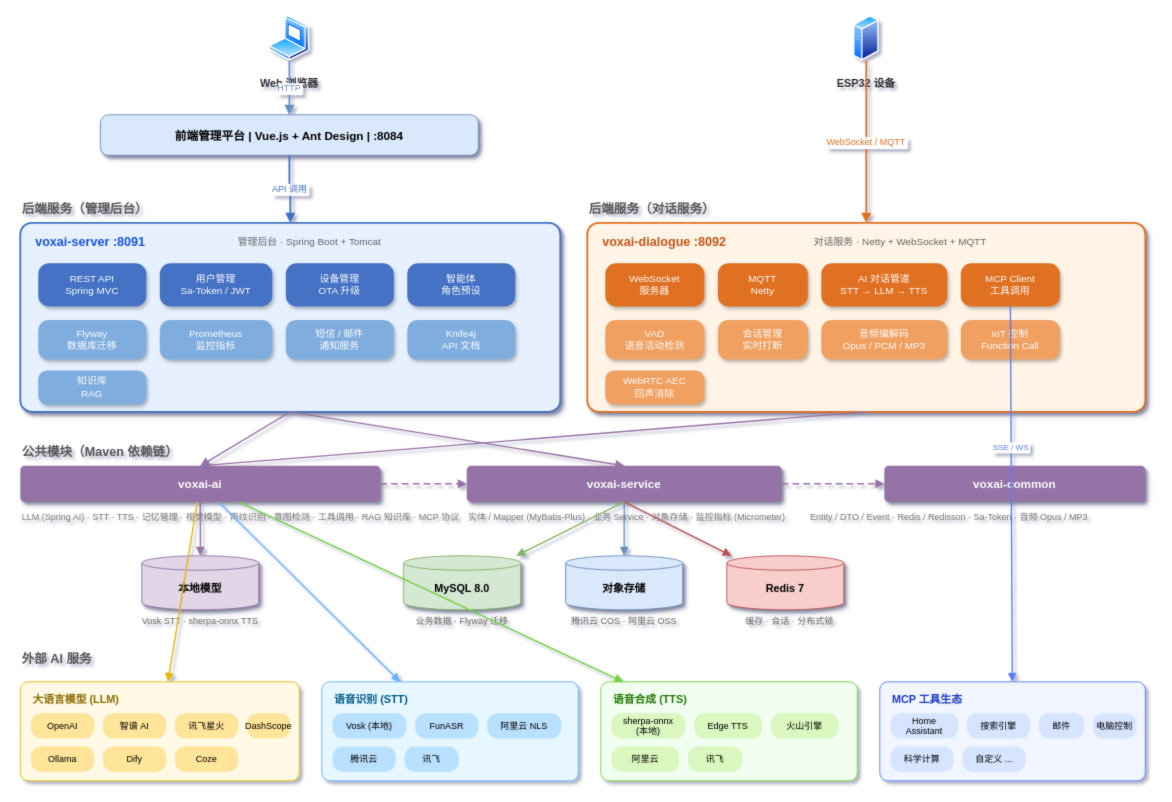
The draw.io diagram docs/architecture.drawio in suibianqige/voxai-node-esp32-server, before the edit. Source tidied: cells renumbered, new cells numbered last; positions are measured from the earlier drawing's top-left corner, leaving out a move shared by most shapes. Both pictures are drawn from the tidied source at 90%, with x=0, y=0 at pixel (20, 15).
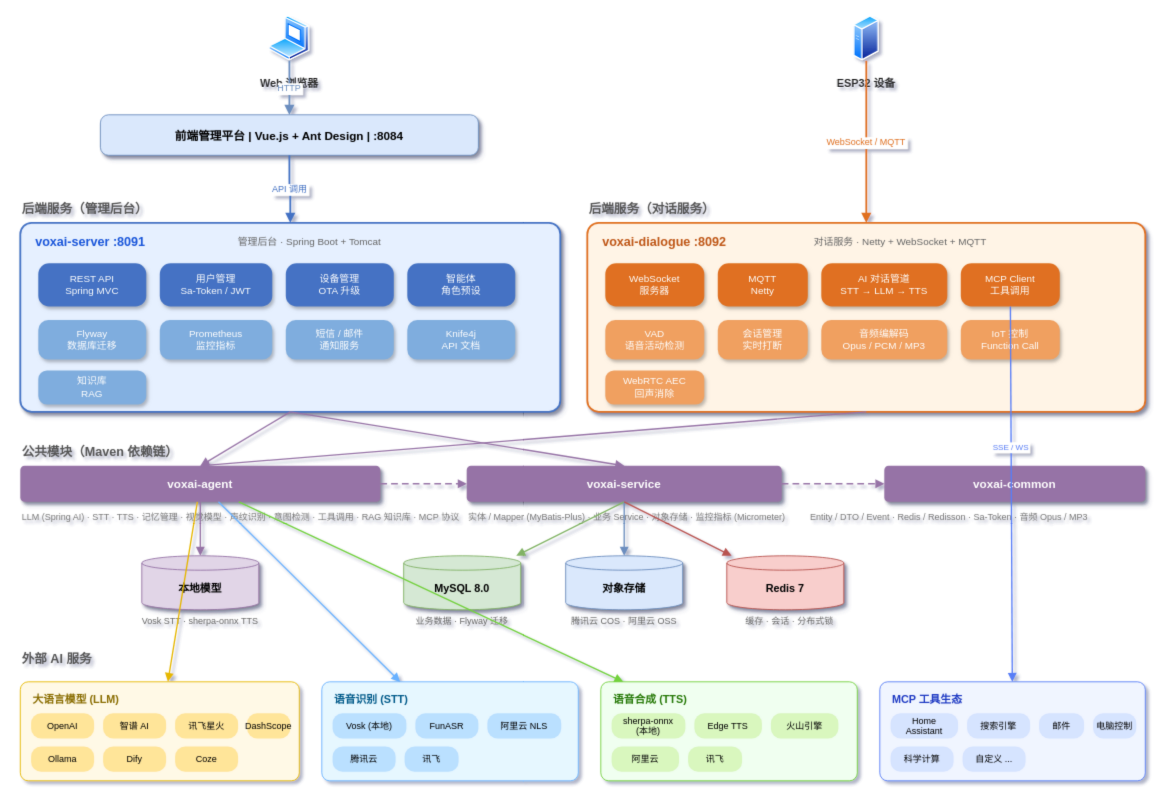
The same diagram, later.

Diff of the diagram source:
```diff
@@
-    <mxCell id="39" value="voxai-ai" style="rounded=1;whiteSpace=wrap;html=1;fillColor=#9673a6;fontColor=#ffffff;fontSize=13;fontStyle=1;shadow=1;arcSize=12;strokeColor=none;" parent="1" vertex="1">
+    <mxCell id="39" value="voxai-agent" style="rounded=1;whiteSpace=wrap;html=1;fillColor=#9673a6;fontColor=#ffffff;fontSize=13;fontStyle=1;shadow=1;arcSize=12;strokeColor=none;" parent="1" vertex="1">
       <mxGeometry y="500" width="400" height="40" as="geometry" />
     </mxCell>
```
